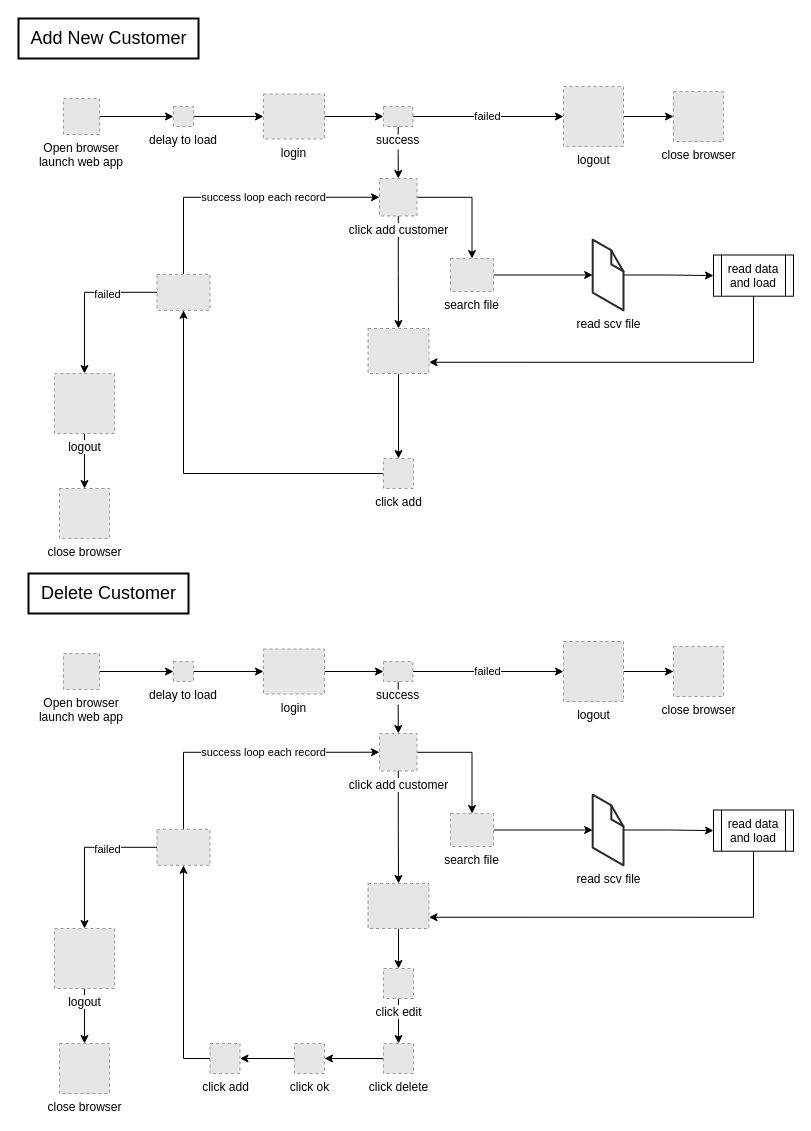
Before: rpa-customer-data-load.drawio in jfruiz11375/rpa-diagrams, a draw.io diagram. Source tidied: cells renumbered, new cells numbered last; positions are measured from the earlier drawing's top-left corner, leaving out a move shared by most shapes. Both pictures are drawn from the tidied source at 100%, with x=0, y=0 at pixel (18, 18). Pictures stored in the file or linked from it are replaced by grey dashed boxes.
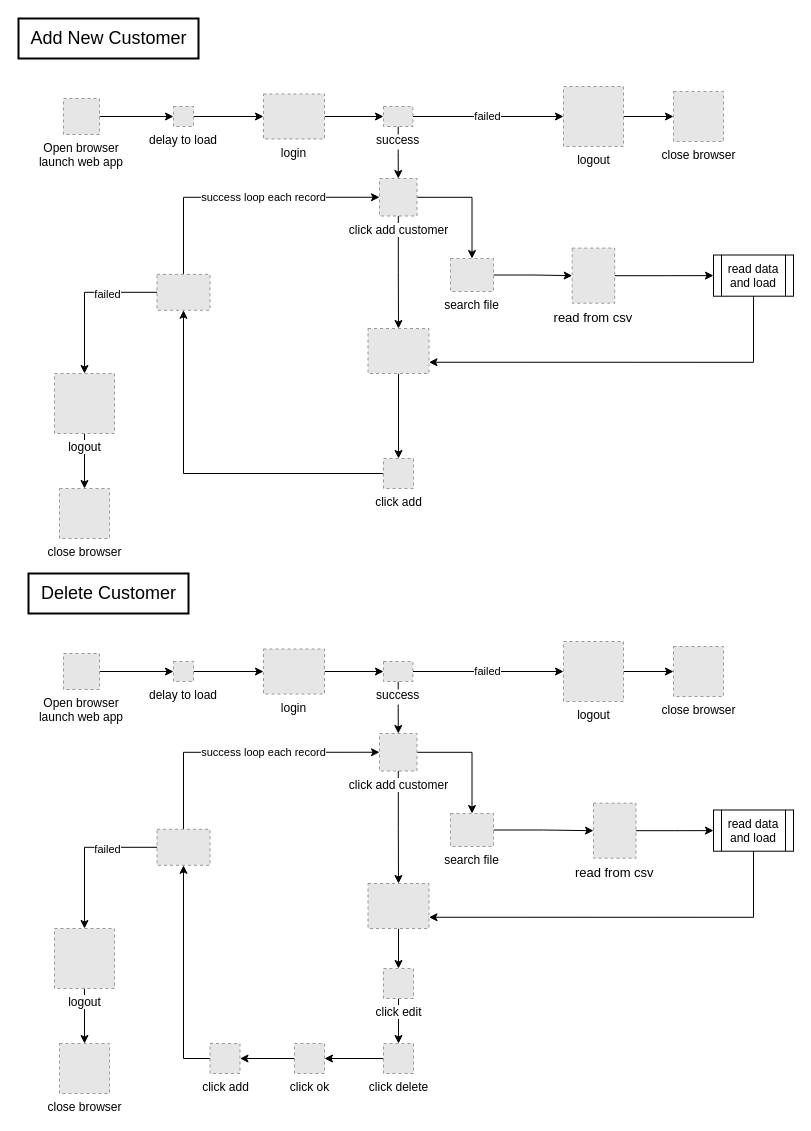
The same diagram, later.

Commit message:
update the icon image for csv file

Unchanged cells that the change refers to:
```xml
<mxCell id="3" value="search file" style="fillColor=#E6E6E6;strokeColor=#999999;dashed=1;verticalLabelPosition=bottom;labelBackgroundColor=#ffffff;verticalAlign=top;" parent="1" vertex="1">
  <mxGeometry x="432" y="240" width="43" height="33" as="geometry" />
</mxCell>
<mxCell id="20" value="read data and load" style="shape=process;whiteSpace=wrap;html=1;backgroundOutline=1;verticalAlign=top;labelBackgroundColor=#ffffff;" parent="1" vertex="1">
  <mxGeometry x="695" y="236.5" width="80" height="41.2" as="geometry" />
</mxCell>
<mxCell id="35" value="search file" style="fillColor=#E6E6E6;strokeColor=#999999;dashed=1;verticalLabelPosition=bottom;labelBackgroundColor=#ffffff;verticalAlign=top;" parent="1" vertex="1">
  <mxGeometry x="432" y="795" width="43" height="33" as="geometry" />
</mxCell>
<mxCell id="52" value="read data and load" style="shape=process;whiteSpace=wrap;html=1;backgroundOutline=1;verticalAlign=top;labelBackgroundColor=#ffffff;" parent="1" vertex="1">
  <mxGeometry x="695" y="791.5" width="80" height="41.2" as="geometry" />
</mxCell>
```

What changed in the source:
```diff
@@
-    <mxCell id="2" style="edgeStyle=orthogonalEdgeStyle;rounded=0;jettySize=auto;html=1;" parent="1" edge="1" source="3" target="32">
+    <mxCell id="2" style="edgeStyle=orthogonalEdgeStyle;rounded=0;jettySize=auto;html=1;entryX=0;entryY=0.5;entryDx=0;entryDy=0;" parent="1" edge="1" source="3" target="72">
       <mxGeometry relative="1" as="geometry" />
     </mxCell>
@@
-    <mxCell id="12" style="edgeStyle=orthogonalEdgeStyle;rounded=0;jettySize=auto;html=1;" parent="1" edge="1" source="32" target="20">
+    <mxCell id="12" style="edgeStyle=orthogonalEdgeStyle;rounded=0;jettySize=auto;html=1;" parent="1" edge="1" source="72" target="20">
       <mxGeometry relative="1" as="geometry" />
     </mxCell>
@@
-    <mxCell id="32" value="read scv file" style="verticalLabelPosition=bottom;html=1;verticalAlign=top;strokeWidth=1;align=center;outlineConnect=0;dashed=0;outlineConnect=0;shape=mxgraph.aws3d.file;strokeColor=#292929;" parent="1" vertex="1">
-      <mxGeometry x="574.2" y="221.2" width="30.8" height="70.6" as="geometry" />
-    </mxCell>
@@
-    <mxCell id="34" style="edgeStyle=orthogonalEdgeStyle;rounded=0;jettySize=auto;html=1;" parent="1" edge="1" source="35" target="64">
+    <mxCell id="34" style="edgeStyle=orthogonalEdgeStyle;rounded=0;jettySize=auto;html=1;" parent="1" edge="1" source="35" target="73">
       <mxGeometry relative="1" as="geometry" />
     </mxCell>
@@
-    <mxCell id="44" style="edgeStyle=orthogonalEdgeStyle;rounded=0;jettySize=auto;html=1;" parent="1" edge="1" source="64" target="52">
+    <mxCell id="44" style="edgeStyle=orthogonalEdgeStyle;rounded=0;jettySize=auto;html=1;" parent="1" edge="1" source="73" target="52">
       <mxGeometry relative="1" as="geometry" />
     </mxCell>
@@
-    <mxCell id="64" value="read scv file" style="verticalLabelPosition=bottom;html=1;verticalAlign=top;strokeWidth=1;align=center;outlineConnect=0;dashed=0;outlineConnect=0;shape=mxgraph.aws3d.file;strokeColor=#292929;" parent="1" vertex="1">
-      <mxGeometry x="574.2" y="776.2" width="30.8" height="70.6" as="geometry" />
-    </mxCell>
@@
+    <mxCell id="72" value="read from csv" style="fillColor=#E6E6E6;strokeColor=#999999;dashed=1;verticalLabelPosition=bottom;labelBackgroundColor=#ffffff;verticalAlign=top;fontSize=13;" parent="1" vertex="1">
+      <mxGeometry x="553.7" y="229.6" width="42.5" height="55.1" as="geometry" />
+    </mxCell>
+    <mxCell id="73" value="read from csv" style="fillColor=#E6E6E6;strokeColor=#999999;dashed=1;verticalLabelPosition=bottom;labelBackgroundColor=#ffffff;verticalAlign=top;fontSize=13;" parent="1" vertex="1">
+      <mxGeometry x="575" y="784.6" width="42.5" height="55.1" as="geometry" />
+    </mxCell>
```
